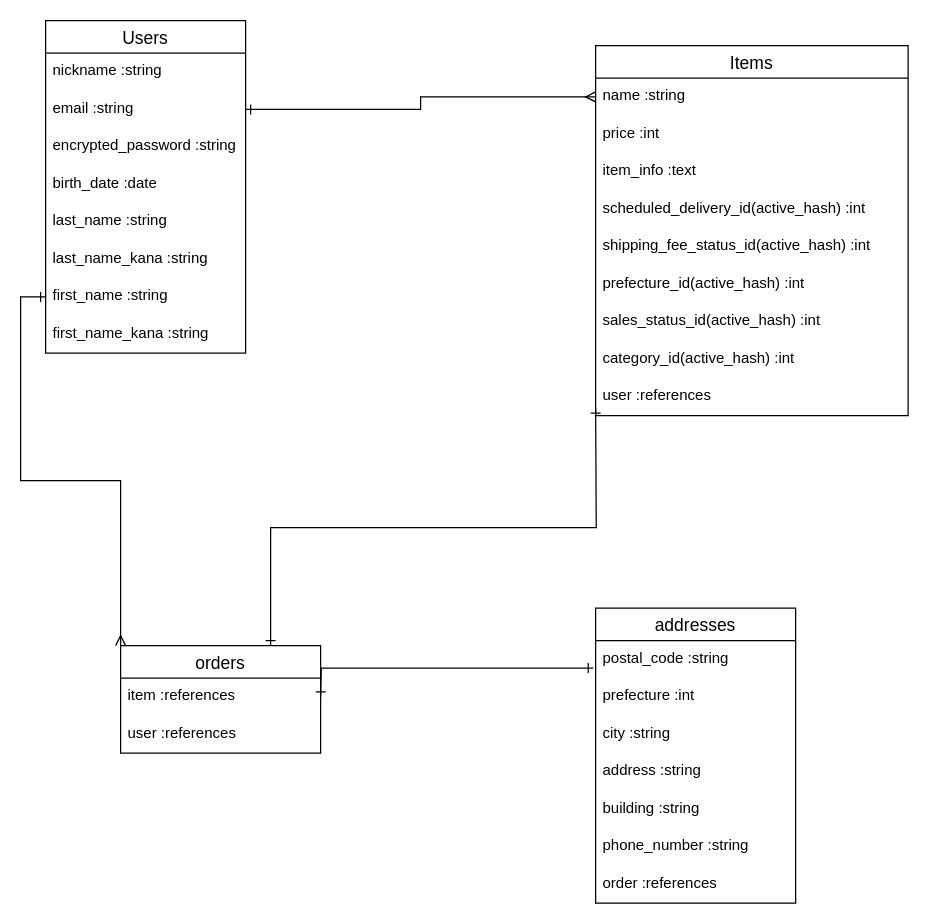
Earlier version of the draw.io diagram test.dio (Shota-Kammera/furima-11111). Source tidied: cells renumbered, new cells numbered last; positions are measured from the earlier drawing's top-left corner, leaving out a move shared by most shapes. Both pictures are drawn from the tidied source at 125%, with x=0, y=0 at pixel (45, 20).
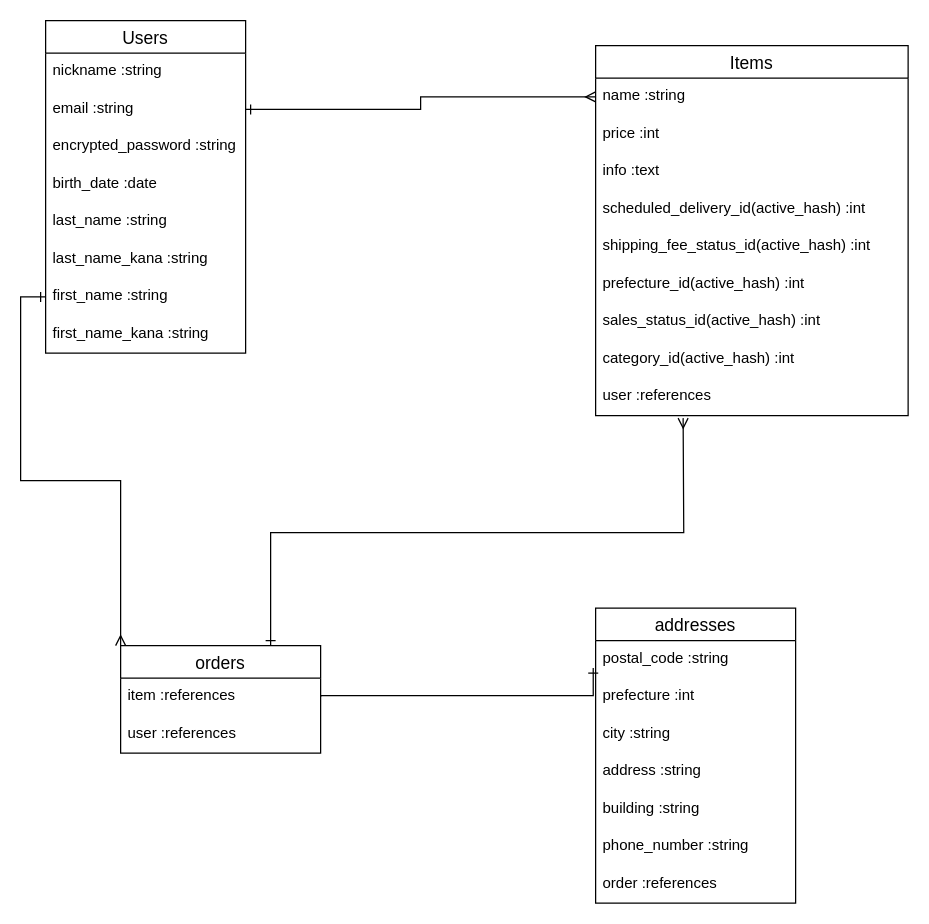
Above is the later version.

The change refers to these unchanged cells:
```xml
<mxCell id="11" value="Items" style="swimlane;fontStyle=0;horizontal=1;startSize=26;align=center;fontSize=14;" parent="1" vertex="1">
  <mxGeometry x="440" y="20" width="250" height="296" as="geometry" />
</mxCell>
<mxCell id="24" value="orders" style="swimlane;fontStyle=0;horizontal=1;startSize=26;align=center;fontSize=14;" parent="1" vertex="1">
  <mxGeometry x="60" y="500" width="160" height="86" as="geometry" />
</mxCell>
<mxCell id="28" value="postal_code :string" style="text;strokeColor=none;fillColor=none;spacingLeft=4;spacingRight=4;overflow=hidden;points=[[0,0.5],[1,0.5]];portConstraint=eastwest;fontSize=12;" parent="27" vertex="1">
  <mxGeometry y="26" width="160" height="30" as="geometry" />
</mxCell>
```

Diff of the diagram source:
```diff
@@
-    <mxCell id="14" value="item_info :text" style="text;strokeColor=none;fillColor=none;spacingLeft=4;spacingRight=4;overflow=hidden;fontSize=12;" parent="11" vertex="1">
+    <mxCell id="14" value="info :text" style="text;strokeColor=none;fillColor=none;spacingLeft=4;spacingRight=4;overflow=hidden;fontSize=12;" parent="11" vertex="1">
       <mxGeometry y="86" width="250" height="30" as="geometry" />
     </mxCell>
@@
-    <mxCell id="22" style="edgeStyle=orthogonalEdgeStyle;rounded=0;jettySize=auto;html=1;exitX=0.75;exitY=0;exitDx=0;exitDy=0;entryX=0;entryY=0.8;entryDx=0;entryDy=0;entryPerimeter=0;startArrow=ERone;startFill=0;endArrow=ERone;endFill=0;" parent="1" edge="1" source="24">
-      <mxGeometry relative="1" as="geometry">
-        <mxPoint x="440" y="310" as="targetPoint" />
-      </mxGeometry>
-    </mxCell>
@@
+    <mxCell id="36" style="edgeStyle=orthogonalEdgeStyle;rounded=0;jettySize=auto;html=1;exitX=0.75;exitY=0;exitDx=0;exitDy=0;endArrow=ERmany;endFill=0;startArrow=ERone;startFill=0;" parent="1" edge="1" source="24">
+      <mxGeometry relative="1" as="geometry">
+        <mxPoint x="510" y="318" as="targetPoint" />
+      </mxGeometry>
+    </mxCell>
@@
-    <mxCell id="35" style="edgeStyle=orthogonalEdgeStyle;rounded=0;jettySize=auto;html=1;exitX=1;exitY=0.5;exitDx=0;exitDy=0;entryX=-0.012;entryY=0.733;entryDx=0;entryDy=0;entryPerimeter=0;startArrow=ERone;startFill=0;endArrow=ERone;endFill=0;" parent="1" edge="1" target="28">
+    <mxCell id="35" style="edgeStyle=orthogonalEdgeStyle;rounded=0;jettySize=auto;html=1;exitX=1;exitY=0.5;exitDx=0;exitDy=0;entryX=-0.012;entryY=0.733;entryDx=0;entryDy=0;entryPerimeter=0;startArrow=none;startFill=0;endArrow=ERone;endFill=0;" parent="1" edge="1" target="28">
       <mxGeometry relative="1" as="geometry">
         <mxPoint x="220" y="541" as="sourcePoint" />
+        <Array as="points">
+          <mxPoint x="220" y="540" />
+          <mxPoint x="438" y="540" />
+        </Array>
       </mxGeometry>
     </mxCell>
```
